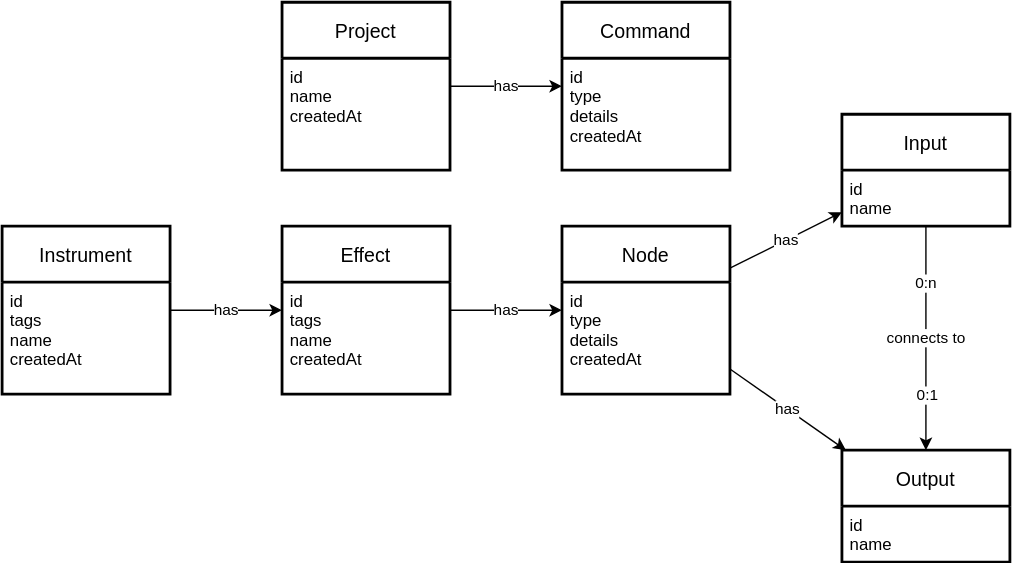
Before: docs/Data schema.drawio.svg, a diagram exported from draw.io (yolisses/modulee). Source tidied: cells renumbered, new cells last; positions are measured from the earlier drawing's top-left corner, leaving out a move shared by most shapes. Source of this version:
```xml
<mxGraphModel>
  <root>
    <mxCell id="0" />
    <mxCell id="1" parent="0" />
    <mxCell id="2" value="Command" style="swimlane;horizontal=1;startSize=40;rounded=1;fontSize=14;fontStyle=0;strokeWidth=2;shadow=0;dashed=0;align=center;arcSize=0;" parent="1" vertex="1">
      <mxGeometry x="400" width="120" height="120" as="geometry" />
    </mxCell>
    <mxCell id="3" value="id&#10;type&#10;details&#10;createdAt" style="align=left;strokeColor=none;fillColor=none;spacingLeft=4;fontSize=12;verticalAlign=top;" parent="2" vertex="1">
      <mxGeometry y="40" width="120" height="80" as="geometry" />
    </mxCell>
    <mxCell id="4" value="has" style="edgeStyle=none;html=1;" parent="1" edge="1" source="5" target="2">
      <mxGeometry relative="1" as="geometry" />
    </mxCell>
    <mxCell id="5" value="Project" style="swimlane;horizontal=1;startSize=40;rounded=1;fontSize=14;fontStyle=0;strokeWidth=2;shadow=0;dashed=0;align=center;arcSize=0;" parent="1" vertex="1">
      <mxGeometry x="200" width="120" height="120" as="geometry" />
    </mxCell>
    <mxCell id="6" value="id&#10;name&#10;createdAt" style="align=left;strokeColor=none;fillColor=none;spacingLeft=4;fontSize=12;verticalAlign=top;" parent="5" vertex="1">
      <mxGeometry y="40" width="120" height="80" as="geometry" />
    </mxCell>
    <mxCell id="7" value="has" style="edgeStyle=none;html=1;" parent="1" edge="1" source="8" target="10">
      <mxGeometry relative="1" as="geometry" />
    </mxCell>
    <mxCell id="8" value="Node" style="swimlane;horizontal=1;startSize=40;rounded=1;fontSize=14;fontStyle=0;strokeWidth=2;shadow=0;dashed=0;align=center;arcSize=0;" parent="1" vertex="1">
      <mxGeometry x="400" y="160" width="120" height="120" as="geometry" />
    </mxCell>
    <mxCell id="9" value="id&#10;type&#10;details&#10;createdAt" style="align=left;strokeColor=none;fillColor=none;spacingLeft=4;fontSize=12;verticalAlign=top;" parent="8" vertex="1">
      <mxGeometry y="40" width="120" height="80" as="geometry" />
    </mxCell>
    <mxCell id="10" value="Input" style="swimlane;horizontal=1;startSize=40;rounded=1;fontSize=14;fontStyle=0;strokeWidth=2;shadow=0;dashed=0;align=center;arcSize=0;" parent="1" vertex="1">
      <mxGeometry x="600" y="80" width="120" height="80" as="geometry" />
    </mxCell>
    <mxCell id="11" value="id&#10;name" style="align=left;strokeColor=none;fillColor=none;spacingLeft=4;fontSize=12;verticalAlign=top;" parent="10" vertex="1">
      <mxGeometry y="40" width="120" height="40" as="geometry" />
    </mxCell>
    <mxCell id="12" value="Output" style="swimlane;horizontal=1;startSize=40;rounded=1;fontSize=14;fontStyle=0;strokeWidth=2;shadow=0;dashed=0;align=center;arcSize=0;" parent="1" vertex="1">
      <mxGeometry x="600" y="320" width="120" height="80" as="geometry" />
    </mxCell>
    <mxCell id="13" value="id&#10;name" style="align=left;strokeColor=none;fillColor=none;spacingLeft=4;fontSize=12;verticalAlign=top;" parent="12" vertex="1">
      <mxGeometry y="40" width="120" height="40" as="geometry" />
    </mxCell>
    <mxCell id="14" value="has" style="edgeStyle=none;html=1;" parent="1" edge="1" source="8" target="12">
      <mxGeometry relative="1" as="geometry" />
    </mxCell>
    <mxCell id="15" value="connects to" style="edgeStyle=none;html=1;" parent="1" edge="1" source="11" target="12">
      <mxGeometry relative="1" as="geometry" />
    </mxCell>
    <mxCell id="16" value="0:1" style="edgeLabel;html=1;align=center;verticalAlign=middle;" parent="15" vertex="1">
      <mxGeometry x="0.84" y="1" relative="1" as="geometry">
        <mxPoint x="-1" y="-27" as="offset" />
      </mxGeometry>
    </mxCell>
    <mxCell id="17" value="0:n" style="edgeLabel;html=1;align=center;verticalAlign=middle;" parent="15" vertex="1">
      <mxGeometry x="-0.66" y="-1" relative="1" as="geometry">
        <mxPoint y="13" as="offset" />
      </mxGeometry>
    </mxCell>
    <mxCell id="18" value="Effect" style="swimlane;horizontal=1;startSize=40;rounded=1;fontSize=14;fontStyle=0;strokeWidth=2;shadow=0;dashed=0;align=center;arcSize=0;" parent="1" vertex="1">
      <mxGeometry x="200" y="160" width="120" height="120" as="geometry" />
    </mxCell>
    <mxCell id="19" value="id&#10;tags&#10;name&#10;createdAt" style="align=left;strokeColor=none;fillColor=none;spacingLeft=4;fontSize=12;verticalAlign=top;" parent="18" vertex="1">
      <mxGeometry y="40" width="120" height="80" as="geometry" />
    </mxCell>
    <mxCell id="20" value="has" style="edgeStyle=none;html=1;" parent="1" edge="1" source="18" target="8">
      <mxGeometry relative="1" as="geometry" />
    </mxCell>
    <mxCell id="21" value="Instrument" style="swimlane;horizontal=1;startSize=40;rounded=1;fontSize=14;fontStyle=0;strokeWidth=2;shadow=0;dashed=0;align=center;arcSize=0;" parent="1" vertex="1">
      <mxGeometry y="160" width="120" height="120" as="geometry" />
    </mxCell>
    <mxCell id="22" value="id&#10;tags&#10;name&#10;createdAt" style="align=left;strokeColor=none;fillColor=none;spacingLeft=4;fontSize=12;verticalAlign=top;" parent="21" vertex="1">
      <mxGeometry y="40" width="120" height="80" as="geometry" />
    </mxCell>
    <mxCell id="23" value="has" style="edgeStyle=none;html=1;" parent="1" edge="1" source="21" target="18">
      <mxGeometry relative="1" as="geometry" />
    </mxCell>
  </root>
</mxGraphModel>
```
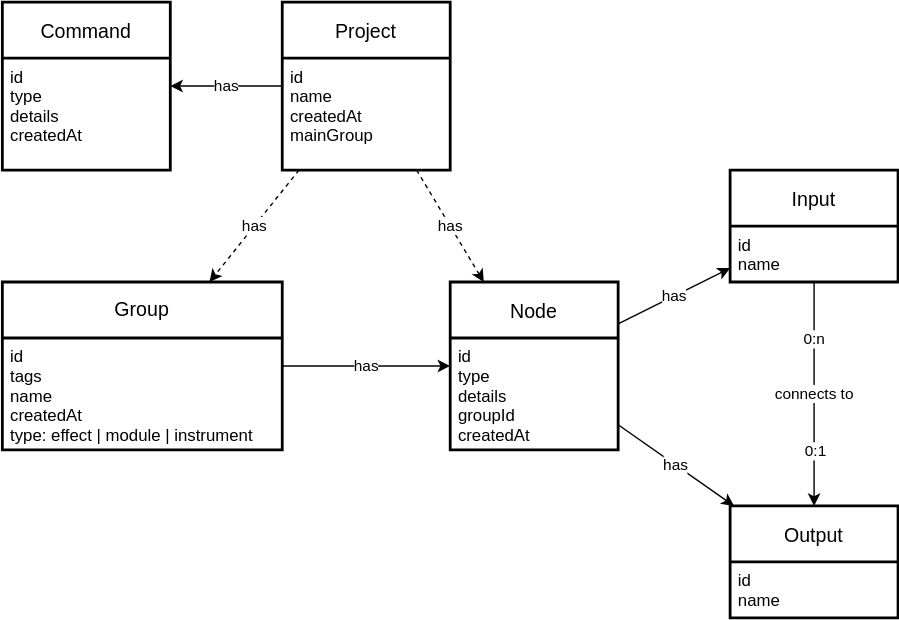
The same diagram one commit later.

Commit message:
Update data schema drawing

The edit, as a diff of the source:
```diff
@@ -3,7 +3,7 @@
     <mxCell id="0" />
     <mxCell id="1" parent="0" />
     <mxCell id="2" value="Command" style="swimlane;horizontal=1;startSize=40;rounded=1;fontSize=14;fontStyle=0;strokeWidth=2;shadow=0;dashed=0;align=center;arcSize=0;" parent="1" vertex="1">
-      <mxGeometry x="400" width="120" height="120" as="geometry" />
+      <mxGeometry x="80" y="-40" width="120" height="120" as="geometry" />
     </mxCell>
     <mxCell id="3" value="id&#10;type&#10;details&#10;createdAt" style="align=left;strokeColor=none;fillColor=none;spacingLeft=4;fontSize=12;verticalAlign=top;" parent="2" vertex="1">
       <mxGeometry y="40" width="120" height="80" as="geometry" />
@@ -11,10 +11,13 @@
     <mxCell id="4" value="has" style="edgeStyle=none;html=1;" parent="1" edge="1" source="5" target="2">
       <mxGeometry relative="1" as="geometry" />
     </mxCell>
+    <mxCell id="24" value="has" style="edgeStyle=none;html=1;dashed=1;" parent="1" edge="1" source="5" target="8">
+      <mxGeometry relative="1" as="geometry" />
+    </mxCell>
     <mxCell id="5" value="Project" style="swimlane;horizontal=1;startSize=40;rounded=1;fontSize=14;fontStyle=0;strokeWidth=2;shadow=0;dashed=0;align=center;arcSize=0;" parent="1" vertex="1">
-      <mxGeometry x="200" width="120" height="120" as="geometry" />
+      <mxGeometry x="280" y="-40" width="120" height="120" as="geometry" />
     </mxCell>
-    <mxCell id="6" value="id&#10;name&#10;createdAt" style="align=left;strokeColor=none;fillColor=none;spacingLeft=4;fontSize=12;verticalAlign=top;" parent="5" vertex="1">
+    <mxCell id="6" value="id&#10;name&#10;createdAt&#10;mainGroup" style="align=left;strokeColor=none;fillColor=none;spacingLeft=4;fontSize=12;verticalAlign=top;" parent="5" vertex="1">
       <mxGeometry y="40" width="120" height="80" as="geometry" />
     </mxCell>
     <mxCell id="7" value="has" style="edgeStyle=none;html=1;" parent="1" edge="1" source="8" target="10">
@@ -23,7 +26,7 @@
     <mxCell id="8" value="Node" style="swimlane;horizontal=1;startSize=40;rounded=1;fontSize=14;fontStyle=0;strokeWidth=2;shadow=0;dashed=0;align=center;arcSize=0;" parent="1" vertex="1">
       <mxGeometry x="400" y="160" width="120" height="120" as="geometry" />
     </mxCell>
-    <mxCell id="9" value="id&#10;type&#10;details&#10;createdAt" style="align=left;strokeColor=none;fillColor=none;spacingLeft=4;fontSize=12;verticalAlign=top;" parent="8" vertex="1">
+    <mxCell id="9" value="id&#10;type&#10;details&#10;groupId&#10;createdAt" style="align=left;strokeColor=none;fillColor=none;spacingLeft=4;fontSize=12;verticalAlign=top;" parent="8" vertex="1">
       <mxGeometry y="40" width="120" height="80" as="geometry" />
     </mxCell>
     <mxCell id="10" value="Input" style="swimlane;horizontal=1;startSize=40;rounded=1;fontSize=14;fontStyle=0;strokeWidth=2;shadow=0;dashed=0;align=center;arcSize=0;" parent="1" vertex="1">
@@ -54,23 +57,17 @@
         <mxPoint y="13" as="offset" />
       </mxGeometry>
     </mxCell>
-    <mxCell id="18" value="Effect" style="swimlane;horizontal=1;startSize=40;rounded=1;fontSize=14;fontStyle=0;strokeWidth=2;shadow=0;dashed=0;align=center;arcSize=0;" parent="1" vertex="1">
-      <mxGeometry x="200" y="160" width="120" height="120" as="geometry" />
-    </mxCell>
-    <mxCell id="19" value="id&#10;tags&#10;name&#10;createdAt" style="align=left;strokeColor=none;fillColor=none;spacingLeft=4;fontSize=12;verticalAlign=top;" parent="18" vertex="1">
-      <mxGeometry y="40" width="120" height="80" as="geometry" />
-    </mxCell>
-    <mxCell id="20" value="has" style="edgeStyle=none;html=1;" parent="1" edge="1" source="18" target="8">
-      <mxGeometry relative="1" as="geometry" />
-    </mxCell>
-    <mxCell id="21" value="Instrument" style="swimlane;horizontal=1;startSize=40;rounded=1;fontSize=14;fontStyle=0;strokeWidth=2;shadow=0;dashed=0;align=center;arcSize=0;" parent="1" vertex="1">
-      <mxGeometry y="160" width="120" height="120" as="geometry" />
-    </mxCell>
-    <mxCell id="22" value="id&#10;tags&#10;name&#10;createdAt" style="align=left;strokeColor=none;fillColor=none;spacingLeft=4;fontSize=12;verticalAlign=top;" parent="21" vertex="1">
-      <mxGeometry y="40" width="120" height="80" as="geometry" />
-    </mxCell>
-    <mxCell id="23" value="has" style="edgeStyle=none;html=1;" parent="1" edge="1" source="21" target="18">
-      <mxGeometry relative="1" as="geometry" />
-    </mxCell>
+    <mxCell id="25" value="has" style="edgeStyle=none;html=1;" parent="1" edge="1" source="26" target="8">
+      <mxGeometry relative="1" as="geometry" />
+    </mxCell>
+    <mxCell id="26" value="Group" style="swimlane;horizontal=1;startSize=40;rounded=1;fontSize=14;fontStyle=0;strokeWidth=2;shadow=0;dashed=0;align=center;arcSize=0;whiteSpace=wrap;" parent="1" vertex="1">
+      <mxGeometry x="80" y="160" width="200" height="120" as="geometry" />
+    </mxCell>
+    <mxCell id="27" value="id&#10;tags&#10;name&#10;createdAt&#10;type: effect | module | instrument" style="align=left;strokeColor=none;fillColor=none;spacingLeft=4;fontSize=12;verticalAlign=top;" parent="26" vertex="1">
+      <mxGeometry y="40" width="200" height="80" as="geometry" />
+    </mxCell>
+    <mxCell id="28" value="has" style="edgeStyle=none;html=1;dashed=1;" parent="1" edge="1" source="5" target="26">
+      <mxGeometry relative="1" as="geometry" />
+    </mxCell>
   </root>
 </mxGraphModel>
```
